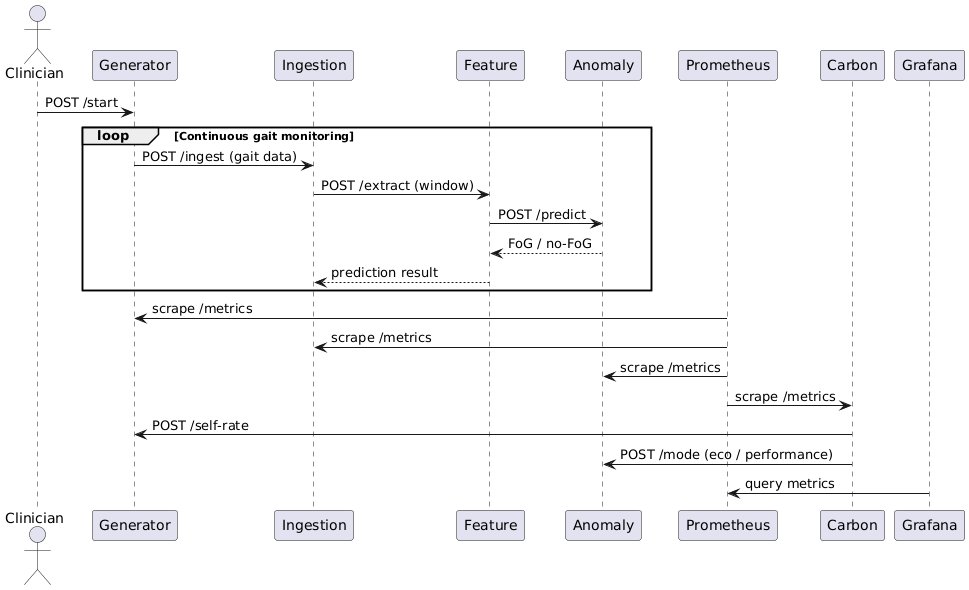
Above: UML-Diagram/Sequence.png in charlesanthony1996/cloud-computing-project (PlantUML), before the change.
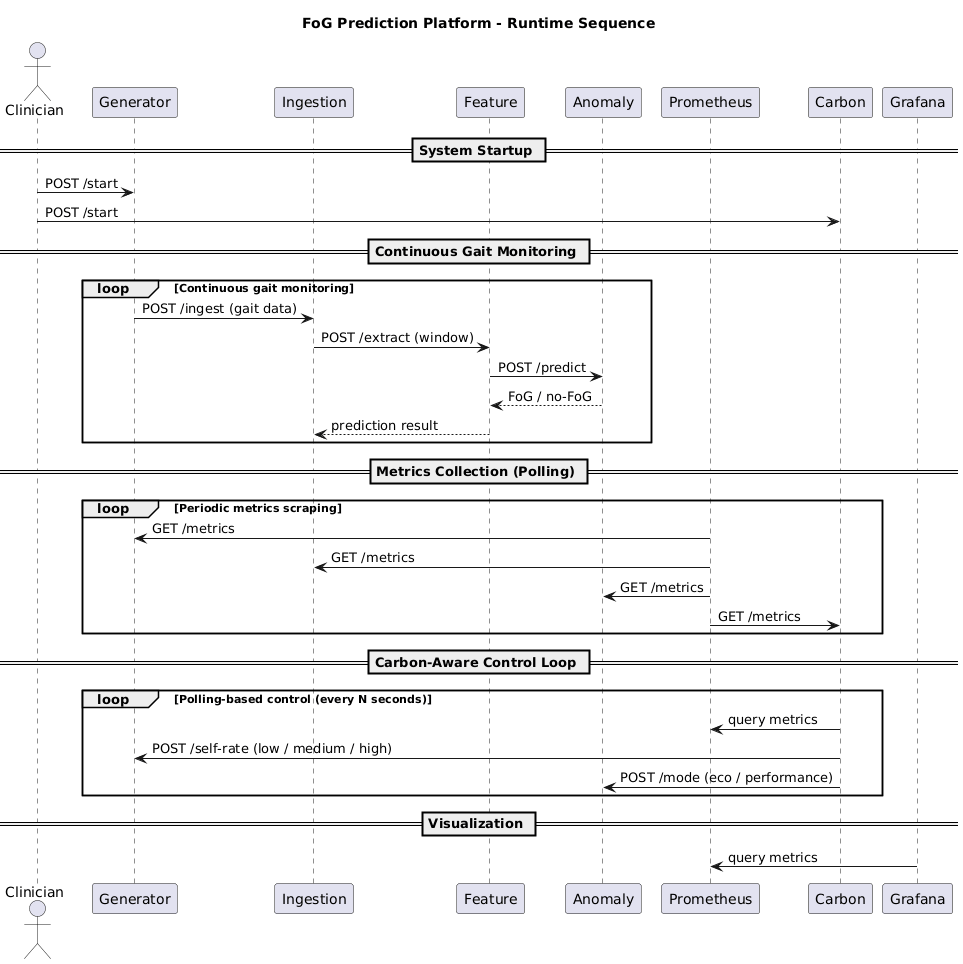
Above is the later version.

Diff of the diagram source:
```diff
@@ -1,4 +1,6 @@
 @startuml
+title FoG Prediction Platform - Runtime Sequence
+
 actor Clinician
 
 participant Generator
@@ -9,8 +11,11 @@
 participant Carbon
 participant Grafana
 
+== System Startup ==
 Clinician -> Generator : POST /start
+Clinician -> Carbon : POST /start
 
+== Continuous Gait Monitoring ==
 loop Continuous gait monitoring
   Generator -> Ingestion : POST /ingest (gait data)
   Ingestion -> Feature : POST /extract (window)
@@ -19,13 +24,21 @@
   Feature --> Ingestion : prediction result
 end
 
-Prometheus -> Generator : scrape /metrics
-Prometheus -> Ingestion : scrape /metrics
-Prometheus -> Anomaly : scrape /metrics
-Prometheus -> Carbon : scrape /metrics
+== Metrics Collection (Polling) ==
+loop Periodic metrics scraping
+  Prometheus -> Generator : GET /metrics
+  Prometheus -> Ingestion : GET /metrics
+  Prometheus -> Anomaly : GET /metrics
+  Prometheus -> Carbon : GET /metrics
+end
 
-Carbon -> Generator : POST /self-rate
-Carbon -> Anomaly : POST /mode (eco / performance)
+== Carbon-Aware Control Loop ==
+loop Polling-based control (every N seconds)
+  Carbon -> Prometheus : query metrics
+  Carbon -> Generator : POST /self-rate (low / medium / high)
+  Carbon -> Anomaly : POST /mode (eco / performance)
+end
 
+== Visualization ==
 Grafana -> Prometheus : query metrics
 @enduml
```
